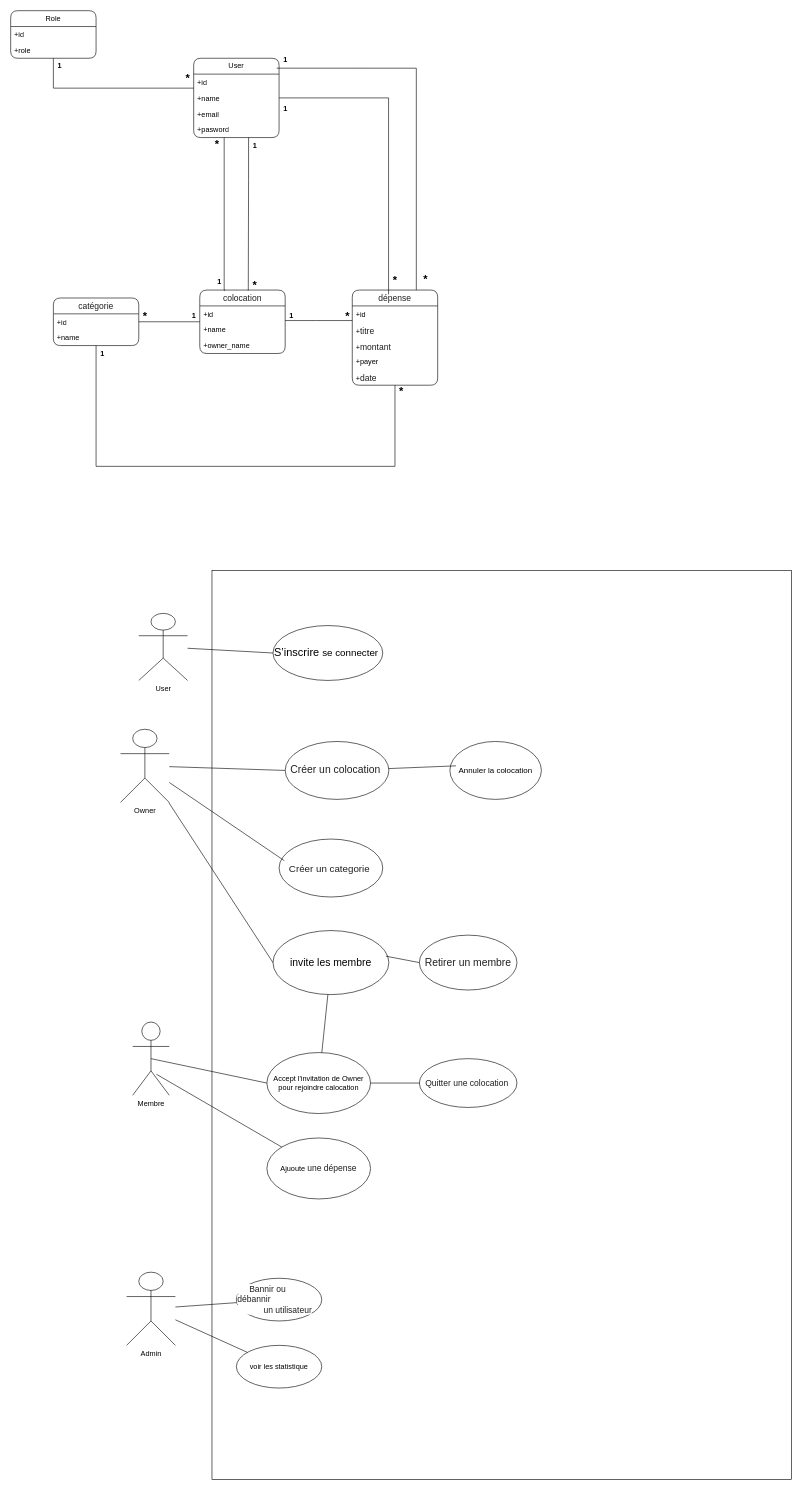
Earlier version of the draw.io diagram UML/Untitled Diagram.drawio (2003GG/EasyColoc). Source tidied: cells renumbered, new cells numbered last; positions are measured from the earlier drawing's top-left corner, leaving out a move shared by most shapes. Both pictures are drawn from the tidied source at 61%, with x=0, y=0 at pixel (10, 10).
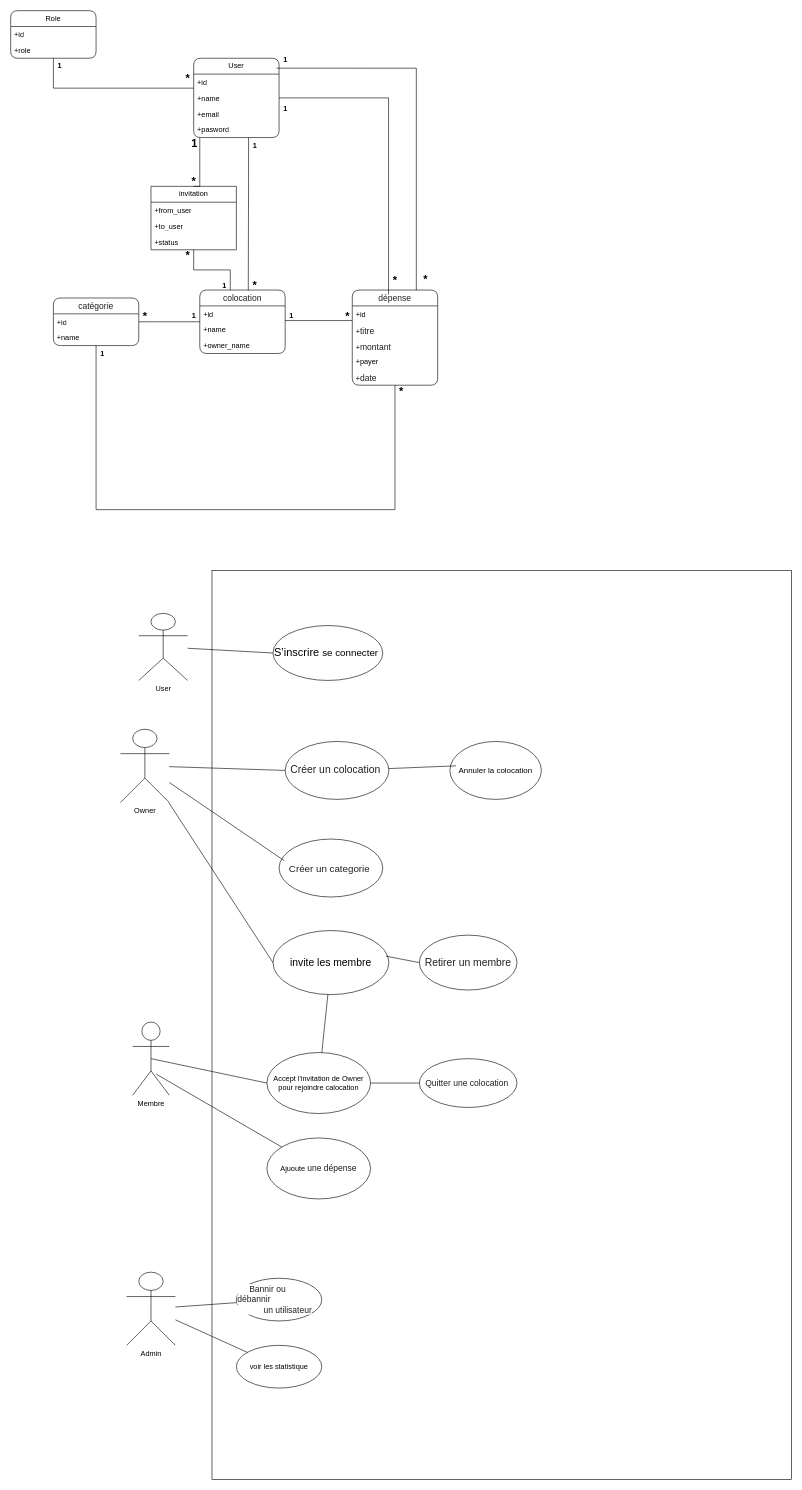
Above is the later version.

Unchanged cells that the change refers to:
```xml
<mxCell id="5" value="&lt;span style=&quot;color: rgba(0, 0, 0, 0.88); font-family: &amp;quot;Nunito Sans&amp;quot;, &amp;quot;sans-serif&amp;quot;; font-size: 14px; text-align: start; white-space-collapse: preserve; background-color: rgb(255, 255, 255);&quot;&gt;colocation&lt;/span&gt;" style="swimlane;fontStyle=0;horizontal=1;startSize=26;fillColor=default;whiteSpace=wrap;html=1;swimlaneFillColor=default;rounded=1;" parent="1" vertex="1">
  <mxGeometry x="310" y="458" width="140" height="104" as="geometry" />
</mxCell>
<mxCell id="9" value="User" style="swimlane;fontStyle=0;horizontal=1;startSize=26;fillColor=default;whiteSpace=wrap;html=1;swimlaneFillColor=default;rounded=1;gradientColor=none;strokeColor=default;swimlaneLine=1;shadow=0;glass=0;" parent="1" vertex="1">
  <mxGeometry x="300" y="78" width="140" height="130" as="geometry" />
</mxCell>
<mxCell id="14" value="&lt;span style=&quot;color: rgba(0, 0, 0, 0.88); font-family: &amp;quot;Nunito Sans&amp;quot;, &amp;quot;sans-serif&amp;quot;; font-size: 14px; text-align: left; background-color: rgb(255, 255, 255);&quot;&gt;dépense&lt;/span&gt;" style="swimlane;fontStyle=0;horizontal=1;startSize=26;fillColor=default;whiteSpace=wrap;html=1;swimlaneFillColor=default;rounded=1;" parent="1" vertex="1">
  <mxGeometry x="560" y="458" width="140" height="156" as="geometry" />
</mxCell>
<mxCell id="30" value="&lt;span style=&quot;color: rgba(0, 0, 0, 0.88); font-family: &amp;quot;Nunito Sans&amp;quot;, &amp;quot;sans-serif&amp;quot;; font-size: 14px; text-align: start; background-color: rgb(255, 255, 255);&quot;&gt;catégorie&lt;/span&gt;" style="swimlane;fontStyle=0;horizontal=1;startSize=26;fillColor=default;whiteSpace=wrap;html=1;swimlaneFillColor=default;rounded=1;" parent="1" vertex="1">
  <mxGeometry x="70" y="471" width="140" height="78" as="geometry" />
</mxCell>
```

What changed in the source:
```diff
@@
-    <mxCell id="20" style="endArrow=none;html=1;edgeStyle=orthogonalEdgeStyle;rounded=0;entryX=0.439;entryY=0.004;entryDx=0;entryDy=0;entryPerimeter=0;" parent="1" edge="1">
-      <mxGeometry relative="1" as="geometry">
-        <mxPoint x="350" y="208" as="sourcePoint" />
-        <mxPoint x="351.5" y="458.4" as="targetPoint" />
-        <Array as="points">
-          <mxPoint x="350" y="458" />
-        </Array>
-      </mxGeometry>
-    </mxCell>
@@
     <mxCell id="26" value="1" style="text;align=center;fontStyle=1;verticalAlign=middle;spacingLeft=3;spacingRight=3;strokeColor=none;html=1;" parent="1" vertex="1">
-      <mxGeometry x="332" y="432" width="20" height="26" as="geometry" />
+      <mxGeometry x="340" y="438" width="20" height="26" as="geometry" />
     </mxCell>
-    <mxCell id="27" value="&lt;div style=&quot;line-height: 320%;&quot;&gt;&lt;font style=&quot;line-height: 100%; font-size: 18px;&quot;&gt;*&lt;/font&gt;&lt;/div&gt;" style="text;align=center;fontStyle=1;verticalAlign=middle;spacingLeft=3;spacingRight=3;strokeColor=none;html=1;" parent="1" vertex="1">
-      <mxGeometry x="328" y="216" width="20" height="10" as="geometry" />
+    <mxCell id="27" value="&lt;div style=&quot;line-height: 320%;&quot;&gt;&lt;span style=&quot;font-size: 18px;&quot;&gt;1&lt;/span&gt;&lt;/div&gt;" style="text;align=center;fontStyle=1;verticalAlign=middle;spacingLeft=3;spacingRight=3;strokeColor=none;html=1;" parent="1" vertex="1">
+      <mxGeometry x="291" y="214" width="20" height="10" as="geometry" />
     </mxCell>
@@
     <mxCell id="35" style="endArrow=none;html=1;edgeStyle=orthogonalEdgeStyle;rounded=0;" parent="1" edge="1" source="14" target="30">
       <mxGeometry relative="1" as="geometry">
         <Array as="points">
-          <mxPoint x="630" y="747" />
+          <mxPoint x="630" y="818" />
+          <mxPoint x="140" y="818" />
         </Array>
       </mxGeometry>
     </mxCell>
@@
+    <mxCell id="76" value="invitation" style="swimlane;fontStyle=0;horizontal=1;startSize=26;fillColor=none;whiteSpace=wrap;html=1;" parent="1" vertex="1">
+      <mxGeometry x="230" y="288" width="140" height="104" as="geometry" />
+    </mxCell>
+    <mxCell id="77" value="+from_user" style="text;strokeColor=none;fillColor=none;align=left;verticalAlign=top;spacingLeft=4;spacingRight=4;overflow=hidden;whiteSpace=wrap;html=1;" parent="76" vertex="1">
+      <mxGeometry y="26" width="140" height="26" as="geometry" />
+    </mxCell>
+    <mxCell id="78" value="+to_user" style="text;strokeColor=none;fillColor=none;align=left;verticalAlign=top;spacingLeft=4;spacingRight=4;overflow=hidden;whiteSpace=wrap;html=1;" parent="76" vertex="1">
+      <mxGeometry y="52" width="140" height="26" as="geometry" />
+    </mxCell>
+    <mxCell id="79" value="+status" style="text;strokeColor=none;fillColor=none;align=left;verticalAlign=top;spacingLeft=4;spacingRight=4;overflow=hidden;whiteSpace=wrap;html=1;" parent="76" vertex="1">
+      <mxGeometry y="78" width="140" height="26" as="geometry" />
+    </mxCell>
+    <mxCell id="80" style="endArrow=none;html=1;edgeStyle=orthogonalEdgeStyle;rounded=0;entryX=0.5;entryY=0;entryDx=0;entryDy=0;" parent="1" edge="1" source="9" target="76">
+      <mxGeometry relative="1" as="geometry">
+        <Array as="points">
+          <mxPoint x="310" y="288" />
+        </Array>
+      </mxGeometry>
+    </mxCell>
+    <mxCell id="81" style="endArrow=none;html=1;edgeStyle=orthogonalEdgeStyle;rounded=0;" parent="1" edge="1" source="76" target="5">
+      <mxGeometry relative="1" as="geometry">
+        <Array as="points">
+          <mxPoint x="300" y="425" />
+          <mxPoint x="360" y="425" />
+        </Array>
+      </mxGeometry>
+    </mxCell>
+    <mxCell id="82" value="&lt;div style=&quot;line-height: 320%;&quot;&gt;&lt;font style=&quot;line-height: 100%; font-size: 18px;&quot;&gt;*&lt;/font&gt;&lt;/div&gt;" style="text;align=center;fontStyle=1;verticalAlign=middle;spacingLeft=3;spacingRight=3;strokeColor=none;html=1;" parent="1" vertex="1">
+      <mxGeometry x="280" y="398" width="20" height="10" as="geometry" />
+    </mxCell>
+    <mxCell id="83" value="&lt;div style=&quot;line-height: 320%;&quot;&gt;&lt;font style=&quot;line-height: 100%; font-size: 18px;&quot;&gt;*&lt;/font&gt;&lt;/div&gt;" style="text;align=center;fontStyle=1;verticalAlign=middle;spacingLeft=3;spacingRight=3;strokeColor=none;html=1;" parent="1" vertex="1">
+      <mxGeometry x="290" y="278" width="20" height="10" as="geometry" />
+    </mxCell>
```
